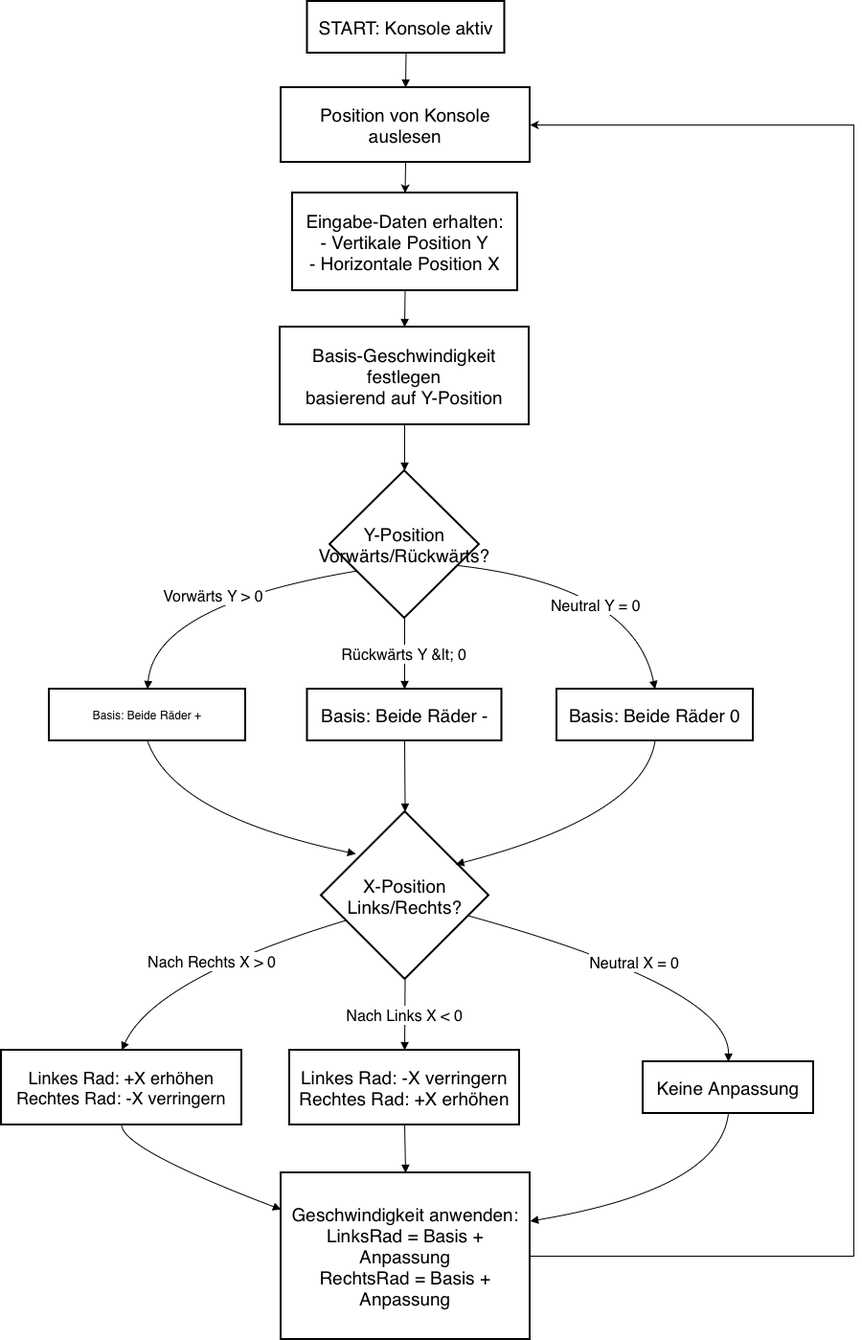
This is Studienarbeit/T3100/images/konezpt_bewegung.png from faikhadutoglu/ExpoDroid, a draw.io export, as it was before one commit. Source tidied: cells renumbered, new cells last; positions are measured from the earlier drawing's top-left corner, leaving out a move shared by most shapes.
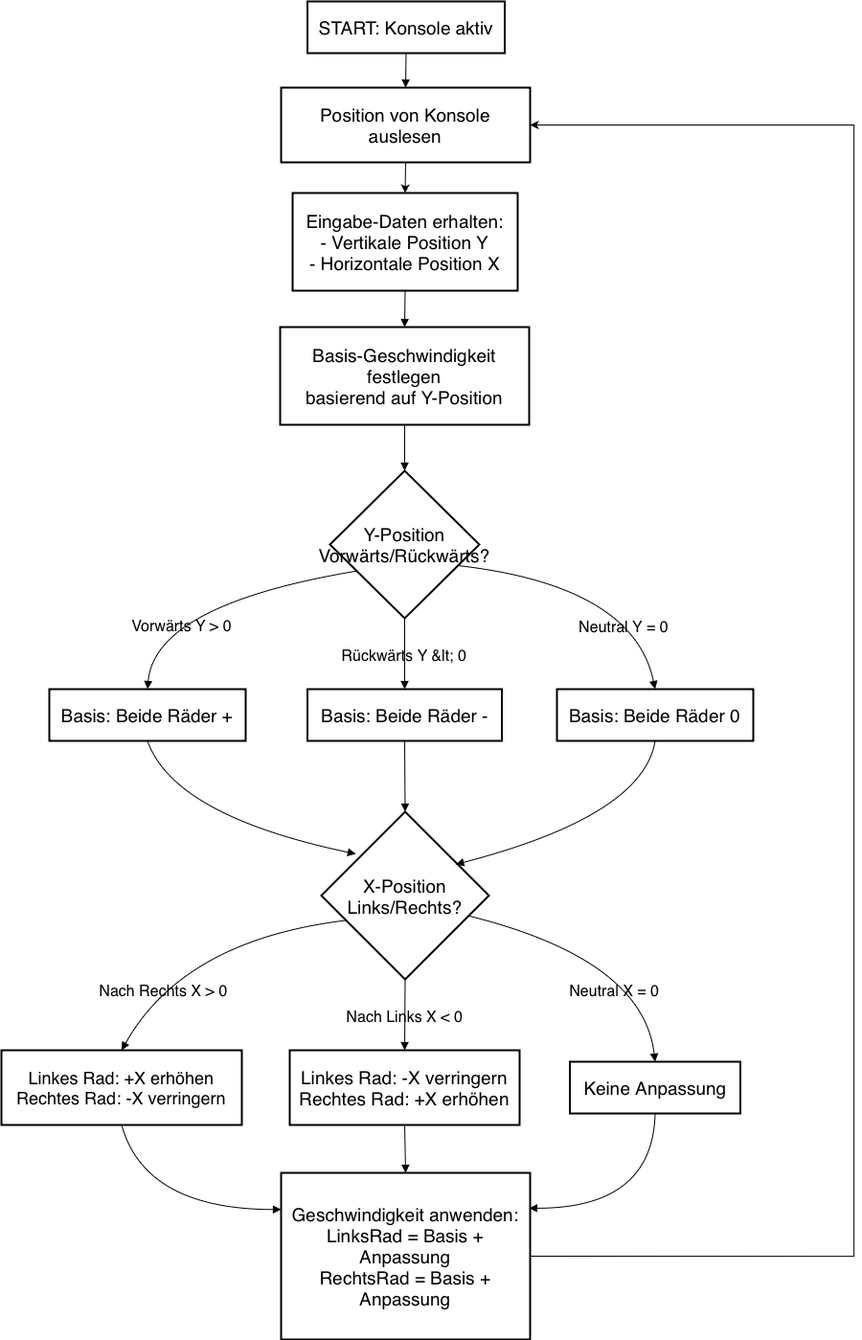
The same file after the commit.

The edit, as a diff of the source:
```diff
@@ -2,46 +2,46 @@
   <root>
     <mxCell id="0" />
     <mxCell id="1" parent="0" />
-    <mxCell id="2" value="START: Konsole aktiv" style="whiteSpace=wrap;strokeWidth=2;fontSize=19;" parent="1" vertex="1">
+    <mxCell id="2" value="START: Konsole aktiv" style="whiteSpace=wrap;strokeWidth=2;fontSize=19;labelBackgroundColor=none;" parent="1" vertex="1">
       <mxGeometry x="319.5" width="206" height="54" as="geometry" />
     </mxCell>
-    <mxCell id="3" style="edgeStyle=orthogonalEdgeStyle;rounded=0;jettySize=auto;html=1;exitX=0.5;exitY=1;exitDx=0;exitDy=0;entryX=0.5;entryY=0;entryDx=0;entryDy=0;" parent="1" edge="1" source="4" target="5">
+    <mxCell id="3" style="edgeStyle=orthogonalEdgeStyle;rounded=0;jettySize=auto;html=1;exitX=0.5;exitY=1;exitDx=0;exitDy=0;entryX=0.5;entryY=0;entryDx=0;entryDy=0;labelBackgroundColor=none;fontColor=default;" parent="1" edge="1" source="4" target="5">
       <mxGeometry relative="1" as="geometry" />
     </mxCell>
-    <mxCell id="4" value="Position von Konsole auslesen" style="whiteSpace=wrap;strokeWidth=2;fontSize=19;" parent="1" vertex="1">
+    <mxCell id="4" value="Position von Konsole auslesen" style="whiteSpace=wrap;strokeWidth=2;fontSize=19;labelBackgroundColor=none;" parent="1" vertex="1">
       <mxGeometry x="292" y="90" width="260" height="78" as="geometry" />
     </mxCell>
-    <mxCell id="5" value="Eingabe-Daten erhalten:&#10;- Vertikale Position Y&#10;- Horizontale Position X" style="whiteSpace=wrap;strokeWidth=2;fontSize=19;" parent="1" vertex="1">
+    <mxCell id="5" value="Eingabe-Daten erhalten:&#10;- Vertikale Position Y&#10;- Horizontale Position X" style="whiteSpace=wrap;strokeWidth=2;fontSize=19;labelBackgroundColor=none;" parent="1" vertex="1">
       <mxGeometry x="304" y="200" width="235" height="102" as="geometry" />
     </mxCell>
-    <mxCell id="6" value="Basis-Geschwindigkeit festlegen&#10;basierend auf Y-Position" style="whiteSpace=wrap;strokeWidth=2;fontSize=19;" parent="1" vertex="1">
+    <mxCell id="6" value="Basis-Geschwindigkeit festlegen&#10;basierend auf Y-Position" style="whiteSpace=wrap;strokeWidth=2;fontSize=19;labelBackgroundColor=none;" parent="1" vertex="1">
       <mxGeometry x="291" y="340" width="260" height="102" as="geometry" />
     </mxCell>
-    <mxCell id="7" value="Y-Position&#10;Vorwärts/Rückwärts?" style="rhombus;strokeWidth=2;whiteSpace=wrap;fontSize=19;" parent="1" vertex="1">
+    <mxCell id="7" value="Y-Position&#10;Vorwärts/Rückwärts?" style="rhombus;strokeWidth=2;whiteSpace=wrap;fontSize=19;labelBackgroundColor=none;" parent="1" vertex="1">
       <mxGeometry x="343" y="490" width="156" height="154" as="geometry" />
     </mxCell>
-    <mxCell id="8" value="Basis: Beide Räder +" style="whiteSpace=wrap;strokeWidth=2;" parent="1" vertex="1">
+    <mxCell id="8" value="Basis: Beide Räder +" style="whiteSpace=wrap;strokeWidth=2;fontSize=19;labelBackgroundColor=none;" parent="1" vertex="1">
       <mxGeometry x="50" y="718" width="205" height="54" as="geometry" />
     </mxCell>
-    <mxCell id="9" value="Basis: Beide Räder -" style="whiteSpace=wrap;strokeWidth=2;fontSize=19;" parent="1" vertex="1">
+    <mxCell id="9" value="Basis: Beide Räder -" style="whiteSpace=wrap;strokeWidth=2;fontSize=19;labelBackgroundColor=none;" parent="1" vertex="1">
       <mxGeometry x="319.5" y="718" width="203" height="54" as="geometry" />
     </mxCell>
-    <mxCell id="10" value="Basis: Beide Räder 0" style="whiteSpace=wrap;strokeWidth=2;fontSize=19;" parent="1" vertex="1">
+    <mxCell id="10" value="Basis: Beide Räder 0" style="whiteSpace=wrap;strokeWidth=2;fontSize=19;labelBackgroundColor=none;" parent="1" vertex="1">
       <mxGeometry x="580" y="718" width="205" height="54" as="geometry" />
     </mxCell>
-    <mxCell id="11" value="X-Position&#10;Links/Rechts?" style="rhombus;strokeWidth=2;whiteSpace=wrap;fontSize=19;" parent="1" vertex="1">
+    <mxCell id="11" value="X-Position&#10;Links/Rechts?" style="rhombus;strokeWidth=2;whiteSpace=wrap;fontSize=19;labelBackgroundColor=none;" parent="1" vertex="1">
       <mxGeometry x="334" y="846" width="175" height="175" as="geometry" />
     </mxCell>
-    <mxCell id="12" value="Linkes Rad: +X erhöhen&#10;Rechtes Rad: -X verringern" style="whiteSpace=wrap;strokeWidth=2;fontSize=18;" parent="1" vertex="1">
+    <mxCell id="12" value="Linkes Rad: +X erhöhen&#10;Rechtes Rad: -X verringern" style="whiteSpace=wrap;strokeWidth=2;fontSize=18;labelBackgroundColor=none;" parent="1" vertex="1">
       <mxGeometry y="1095" width="251" height="78" as="geometry" />
     </mxCell>
-    <mxCell id="13" value="Linkes Rad: -X verringern&#10;Rechtes Rad: +X erhöhen" style="whiteSpace=wrap;strokeWidth=2;fontSize=19;" parent="1" vertex="1">
+    <mxCell id="13" value="Linkes Rad: -X verringern&#10;Rechtes Rad: +X erhöhen" style="whiteSpace=wrap;strokeWidth=2;fontSize=19;labelBackgroundColor=none;" parent="1" vertex="1">
       <mxGeometry x="301" y="1095" width="240" height="78" as="geometry" />
     </mxCell>
-    <mxCell id="14" value="Keine Anpassung" style="whiteSpace=wrap;strokeWidth=2;fontSize=19;" parent="1" vertex="1">
-      <mxGeometry x="670" y="1107" width="178" height="54" as="geometry" />
+    <mxCell id="14" value="Keine Anpassung" style="whiteSpace=wrap;strokeWidth=2;fontSize=19;labelBackgroundColor=none;" parent="1" vertex="1">
+      <mxGeometry x="593.5" y="1107" width="178" height="54" as="geometry" />
     </mxCell>
-    <mxCell id="15" style="edgeStyle=orthogonalEdgeStyle;rounded=0;jettySize=auto;html=1;exitX=1;exitY=0.5;exitDx=0;exitDy=0;entryX=1;entryY=0.5;entryDx=0;entryDy=0;" parent="1" edge="1" source="16" target="4">
+    <mxCell id="15" style="edgeStyle=orthogonalEdgeStyle;rounded=0;jettySize=auto;html=1;exitX=1;exitY=0.5;exitDx=0;exitDy=0;entryX=1;entryY=0.5;entryDx=0;entryDy=0;labelBackgroundColor=none;fontColor=default;" parent="1" edge="1" source="16" target="4">
       <mxGeometry relative="1" as="geometry">
         <Array as="points">
           <mxPoint x="890" y="1310" />
@@ -49,88 +49,89 @@
         </Array>
       </mxGeometry>
     </mxCell>
-    <mxCell id="16" value="Geschwindigkeit anwenden:&#10;LinksRad = Basis + Anpassung&#10;RechtsRad = Basis + Anpassung" style="whiteSpace=wrap;strokeWidth=2;fontSize=19;" parent="1" vertex="1">
+    <mxCell id="16" value="Geschwindigkeit anwenden:&#10;LinksRad = Basis + Anpassung&#10;RechtsRad = Basis + Anpassung" style="whiteSpace=wrap;strokeWidth=2;fontSize=19;labelBackgroundColor=none;" parent="1" vertex="1">
       <mxGeometry x="292" y="1223" width="260" height="174" as="geometry" />
     </mxCell>
-    <mxCell id="17" style="curved=1;startArrow=none;endArrow=block;exitX=0.5;exitY=1;entryX=0.5;entryY=0;rounded=0;fontSize=19;" parent="1" edge="1" source="2" target="4">
+    <mxCell id="17" style="curved=1;startArrow=none;endArrow=block;exitX=0.5;exitY=1;entryX=0.5;entryY=0;rounded=0;fontSize=19;labelBackgroundColor=none;fontColor=default;" parent="1" edge="1" source="2" target="4">
       <mxGeometry relative="1" as="geometry" />
     </mxCell>
-    <mxCell id="18" style="curved=1;startArrow=none;endArrow=block;exitX=0.5;exitY=1;entryX=0.5;entryY=0;rounded=0;fontSize=19;" parent="1" edge="1" source="5" target="6">
+    <mxCell id="18" style="curved=1;startArrow=none;endArrow=block;exitX=0.5;exitY=1;entryX=0.5;entryY=0;rounded=0;fontSize=19;labelBackgroundColor=none;fontColor=default;" parent="1" edge="1" source="5" target="6">
       <mxGeometry relative="1" as="geometry" />
     </mxCell>
-    <mxCell id="19" style="curved=1;startArrow=none;endArrow=block;exitX=0.5;exitY=1;entryX=0.5;entryY=0;rounded=0;fontSize=19;" parent="1" edge="1" source="6" target="7">
+    <mxCell id="19" style="curved=1;startArrow=none;endArrow=block;exitX=0.5;exitY=1;entryX=0.5;entryY=0;rounded=0;fontSize=19;labelBackgroundColor=none;fontColor=default;" parent="1" edge="1" source="6" target="7">
       <mxGeometry relative="1" as="geometry" />
     </mxCell>
-    <mxCell id="20" value="Vorwärts Y &gt; 0" style="curved=1;startArrow=none;endArrow=block;exitX=0;exitY=0.78;entryX=0.5;entryY=0;rounded=0;fontSize=16;" parent="1" edge="1" source="7" target="8">
-      <mxGeometry relative="1" as="geometry">
+    <mxCell id="20" value="Vorwärts Y &gt; 0" style="curved=1;startArrow=none;endArrow=block;exitX=0;exitY=0.78;entryX=0.5;entryY=0;rounded=0;fontSize=16;labelBackgroundColor=none;fontColor=default;" parent="1" edge="1" source="7" target="8">
+      <mxGeometry x="0.24" y="25" relative="1" as="geometry">
         <Array as="points">
           <mxPoint x="160" y="630" />
         </Array>
       </mxGeometry>
     </mxCell>
-    <mxCell id="21" value="Rückwärts Y &amp;lt; 0" style="curved=1;startArrow=none;endArrow=block;entryX=0.5;entryY=0;rounded=0;fontSize=16;exitX=0.5;exitY=1;exitDx=0;exitDy=0;" parent="1" edge="1" source="7" target="9">
+    <mxCell id="21" value="Rückwärts Y &amp;lt; 0" style="curved=1;startArrow=none;endArrow=block;entryX=0.5;entryY=0;rounded=0;fontSize=16;exitX=0.5;exitY=1;exitDx=0;exitDy=0;labelBackgroundColor=none;fontColor=default;" parent="1" edge="1" source="7" target="9">
       <mxGeometry relative="1" as="geometry" />
     </mxCell>
-    <mxCell id="22" value="Neutral Y = 0" style="curved=1;startArrow=none;endArrow=block;exitX=1;exitY=0.7;entryX=0.5;entryY=0;rounded=0;fontSize=16;" parent="1" edge="1" source="7" target="10">
-      <mxGeometry y="-24" relative="1" as="geometry">
+    <mxCell id="22" value="Neutral Y = 0" style="curved=1;startArrow=none;endArrow=block;exitX=1;exitY=0.7;entryX=0.5;entryY=0;rounded=0;fontSize=16;labelBackgroundColor=none;fontColor=default;" parent="1" edge="1" source="7" target="10">
+      <mxGeometry x="0.5" y="-18" relative="1" as="geometry">
         <Array as="points">
           <mxPoint x="660" y="610" />
         </Array>
       </mxGeometry>
     </mxCell>
-    <mxCell id="23" style="curved=1;startArrow=none;endArrow=block;exitX=0.5;exitY=1;rounded=0;fontSize=19;" parent="1" edge="1" source="8">
-      <mxGeometry relative="1" as="geometry">
-        <mxPoint x="370" y="890" as="targetPoint" />
-        <Array as="points">
-          <mxPoint x="180" y="850" />
-        </Array>
-      </mxGeometry>
-    </mxCell>
+    <mxCell id="33" style="curved=1;startArrow=none;endArrow=block;exitX=0.5;exitY=1;rounded=0;fontSize=19;labelBackgroundColor=none;fontColor=default;" parent="1" edge="1" source="8">
+      <mxGeometry relative="1" as="geometry">
+        <mxPoint x="370" y="890" as="targetPoint" />
+        <Array as="points">
+          <mxPoint x="180" y="850" />
+        </Array>
+      </mxGeometry>
+    </mxCell>
-    <mxCell id="24" style="curved=1;startArrow=none;endArrow=block;exitX=0.5;exitY=1;entryX=0.5;entryY=0;rounded=0;fontSize=19;entryDx=0;entryDy=0;" parent="1" edge="1" source="9" target="11">
+    <mxCell id="24" style="curved=1;startArrow=none;endArrow=block;exitX=0.5;exitY=1;entryX=0.5;entryY=0;rounded=0;fontSize=19;entryDx=0;entryDy=0;labelBackgroundColor=none;fontColor=default;" parent="1" edge="1" source="9" target="11">
       <mxGeometry relative="1" as="geometry" />
     </mxCell>
-    <mxCell id="25" style="curved=1;startArrow=none;endArrow=block;exitX=0.5;exitY=1;entryX=0.802;entryY=0.314;rounded=0;fontSize=19;entryDx=0;entryDy=0;entryPerimeter=0;" parent="1" edge="1" source="10" target="11">
+    <mxCell id="25" style="curved=1;startArrow=none;endArrow=block;exitX=0.5;exitY=1;entryX=0.802;entryY=0.314;rounded=0;fontSize=19;entryDx=0;entryDy=0;entryPerimeter=0;labelBackgroundColor=none;fontColor=default;" parent="1" edge="1" source="10" target="11">
       <mxGeometry relative="1" as="geometry">
         <Array as="points">
           <mxPoint x="670" y="850" />
         </Array>
       </mxGeometry>
     </mxCell>
-    <mxCell id="26" value="Nach Rechts X &gt; 0" style="curved=1;startArrow=none;endArrow=block;exitX=0;exitY=0.71;entryX=0.5;entryY=0;rounded=0;fontSize=16;" parent="1" edge="1" source="11" target="12">
-      <mxGeometry relative="1" as="geometry">
+    <mxCell id="26" value="Nach Rechts X &gt; 0" style="curved=1;startArrow=none;endArrow=block;exitX=0;exitY=0.71;entryX=0.5;entryY=0;rounded=0;fontSize=16;labelBackgroundColor=none;fontColor=default;" parent="1" edge="1" source="11" target="12">
+      <mxGeometry x="0.48" y="7" relative="1" as="geometry">
         <Array as="points">
-          <mxPoint x="160" y="1020" />
+          <mxPoint x="190" y="980" />
         </Array>
       </mxGeometry>
     </mxCell>
-    <mxCell id="27" value="Nach Links X &lt; 0" style="curved=1;startArrow=none;endArrow=block;exitX=0.5;exitY=1;entryX=0.5;entryY=0;rounded=0;fontSize=16;" parent="1" edge="1" source="11" target="13">
+    <mxCell id="27" value="Nach Links X &lt; 0" style="curved=1;startArrow=none;endArrow=block;exitX=0.5;exitY=1;entryX=0.5;entryY=0;rounded=0;fontSize=16;labelBackgroundColor=none;fontColor=default;" parent="1" edge="1" source="11" target="13">
       <mxGeometry relative="1" as="geometry" />
     </mxCell>
-    <mxCell id="28" value="Neutral X = 0" style="curved=1;startArrow=none;endArrow=block;exitX=1;exitY=0.66;entryX=0.5;entryY=0.01;rounded=0;fontSize=16;" parent="1" edge="1" source="11" target="14">
-      <mxGeometry relative="1" as="geometry">
+    <mxCell id="28" value="Neutral X = 0" style="curved=1;startArrow=none;endArrow=block;exitX=1;exitY=0.66;entryX=0.5;entryY=0.01;rounded=0;fontSize=16;labelBackgroundColor=none;fontColor=default;" parent="1" edge="1" source="11" target="14">
+      <mxGeometry x="0.45" y="-33" relative="1" as="geometry">
         <Array as="points">
-          <mxPoint x="760" y="1030" />
+          <mxPoint x="670" y="1000" />
         </Array>
+        <mxPoint y="1" as="offset" />
       </mxGeometry>
     </mxCell>
-    <mxCell id="29" style="curved=1;startArrow=none;endArrow=block;exitX=0.5;exitY=1;entryX=0;entryY=0.22;rounded=0;fontSize=19;" parent="1" edge="1" source="12" target="16">
+    <mxCell id="29" style="curved=1;startArrow=none;endArrow=block;exitX=0.5;exitY=1;entryX=0;entryY=0.22;rounded=0;fontSize=19;labelBackgroundColor=none;fontColor=default;" parent="1" edge="1" source="12" target="16">
       <mxGeometry relative="1" as="geometry">
         <Array as="points">
-          <mxPoint x="126" y="1198" />
+          <mxPoint x="150" y="1261" />
         </Array>
       </mxGeometry>
     </mxCell>
-    <mxCell id="30" style="curved=1;startArrow=none;endArrow=block;exitX=0.5;exitY=1;entryX=0.5;entryY=0;rounded=0;fontSize=19;" parent="1" edge="1" source="13" target="16">
+    <mxCell id="30" style="curved=1;startArrow=none;endArrow=block;exitX=0.5;exitY=1;entryX=0.5;entryY=0;rounded=0;fontSize=19;labelBackgroundColor=none;fontColor=default;" parent="1" edge="1" source="13" target="16">
       <mxGeometry relative="1" as="geometry" />
     </mxCell>
-    <mxCell id="31" style="curved=1;startArrow=none;endArrow=block;exitX=0.5;exitY=1.01;entryX=1;entryY=0.29;rounded=0;fontSize=19;" parent="1" edge="1" source="14" target="16">
+    <mxCell id="31" style="curved=1;startArrow=none;endArrow=block;exitX=0.5;exitY=1.01;entryX=0.996;entryY=0.212;rounded=0;fontSize=19;entryDx=0;entryDy=0;entryPerimeter=0;labelBackgroundColor=none;fontColor=default;" parent="1" edge="1" source="14" target="16">
       <mxGeometry relative="1" as="geometry">
         <Array as="points">
-          <mxPoint x="750" y="1240" />
+          <mxPoint x="680" y="1260" />
         </Array>
       </mxGeometry>
     </mxCell>
-    <mxCell id="32" value="Nein" style="curved=1;startArrow=none;endArrow=block;exitX=0.191;exitY=0.737;rounded=0;entryX=0.5;entryY=1;entryDx=0;entryDy=0;fontSize=19;exitDx=0;exitDy=0;exitPerimeter=0;" parent="1" edge="1" source="x">
+    <mxCell id="32" value="Nein" style="curved=1;startArrow=none;endArrow=block;exitX=0.191;exitY=0.737;rounded=0;entryX=0.5;entryY=1;entryDx=0;entryDy=0;fontSize=19;exitDx=0;exitDy=0;exitPerimeter=0;labelBackgroundColor=none;fontColor=default;" parent="1" edge="1">
       <mxGeometry x="-0.33" y="-32" relative="1" as="geometry">
         <mxPoint x="760" y="1596.2" as="targetPoint" />
         <Array as="points">
```
